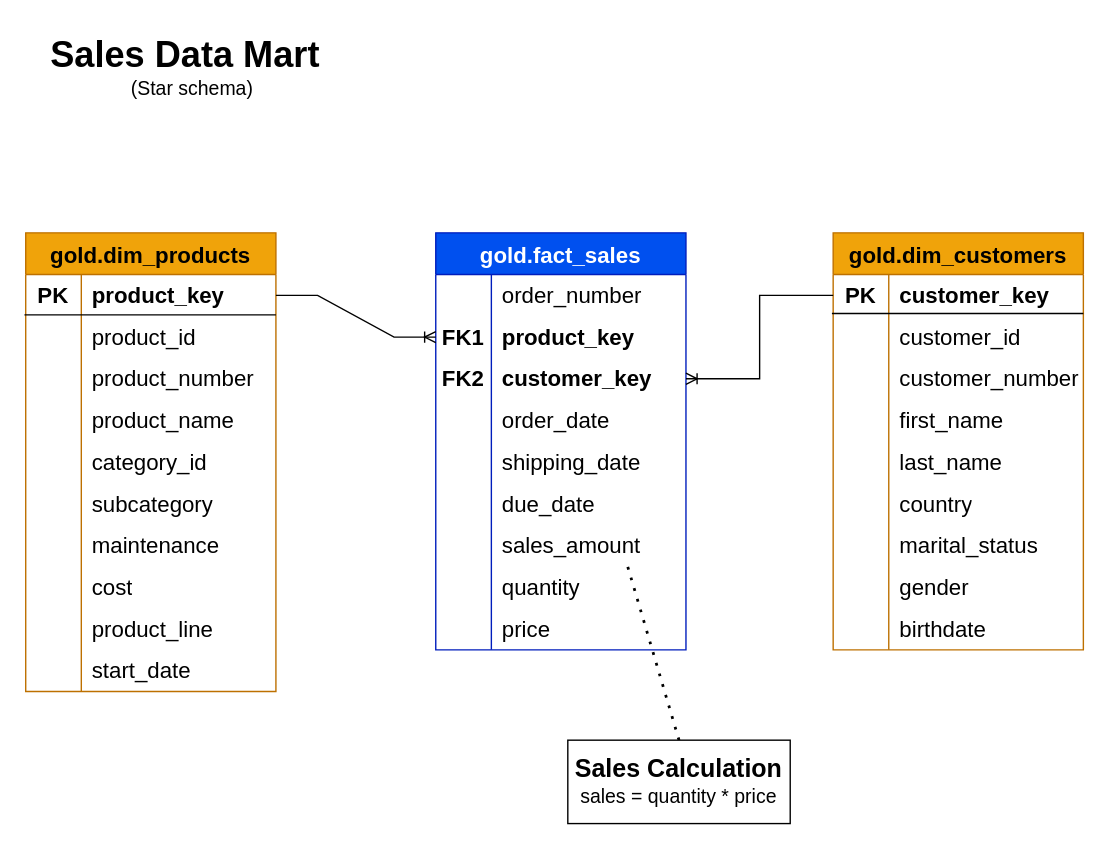
Earlier version of the draw.io diagram docs/data_mart.drawio (renzom1/data-warehouse-project). Source tidied: cells renumbered, new cells numbered last; positions are measured from the earlier drawing's top-left corner, leaving out a move shared by most shapes. Both pictures are drawn from the tidied source at 139%, with x=0, y=0 at pixel (24, 24).
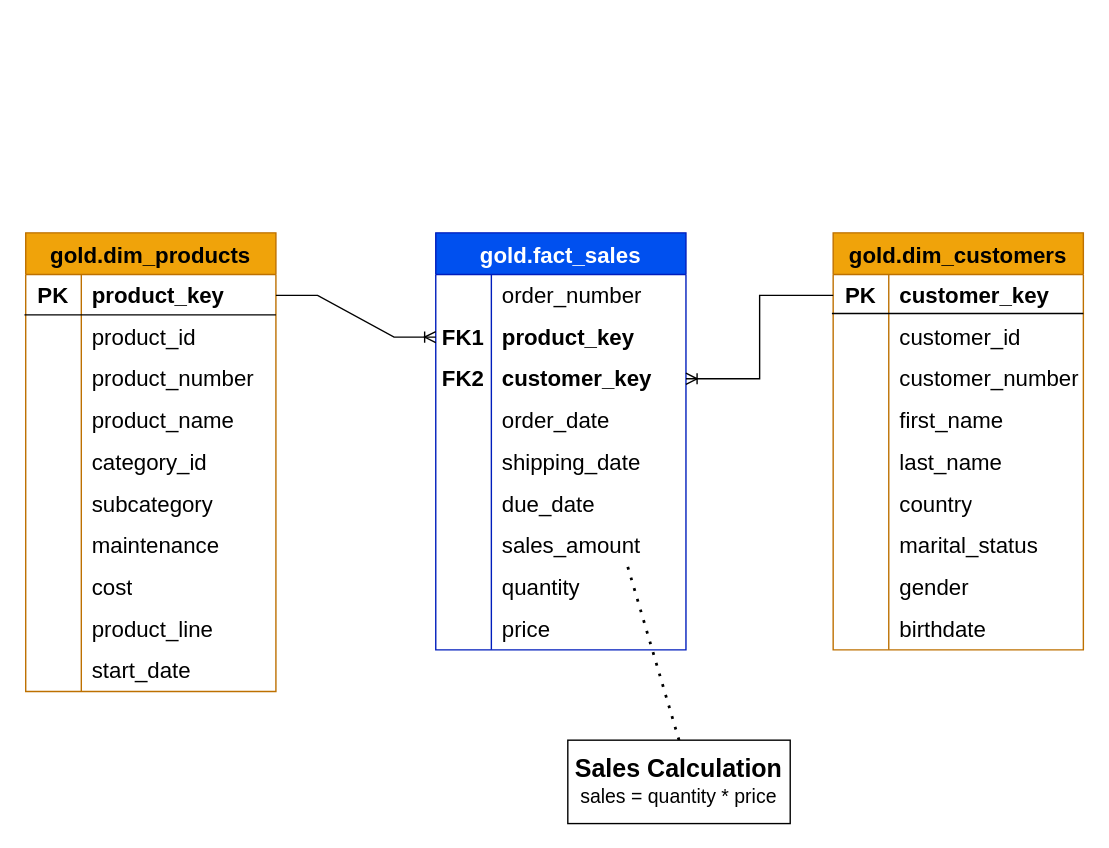
The same diagram, later.

Change to the diagram source:
```diff
@@
-    <mxCell id="2" value="&lt;font style=&quot;font-size: 26px;&quot;&gt;&lt;b style=&quot;&quot;&gt;Sales Data Mart&lt;/b&gt;&lt;/font&gt;&amp;nbsp; &amp;nbsp; &lt;font style=&quot;font-size: 14px;&quot;&gt;(Star schema)&lt;/font&gt;" style="rounded=0;whiteSpace=wrap;html=1;strokeColor=none;" parent="1" vertex="1">
-      <mxGeometry x="11" width="220" height="60" as="geometry" />
-    </mxCell>
```
